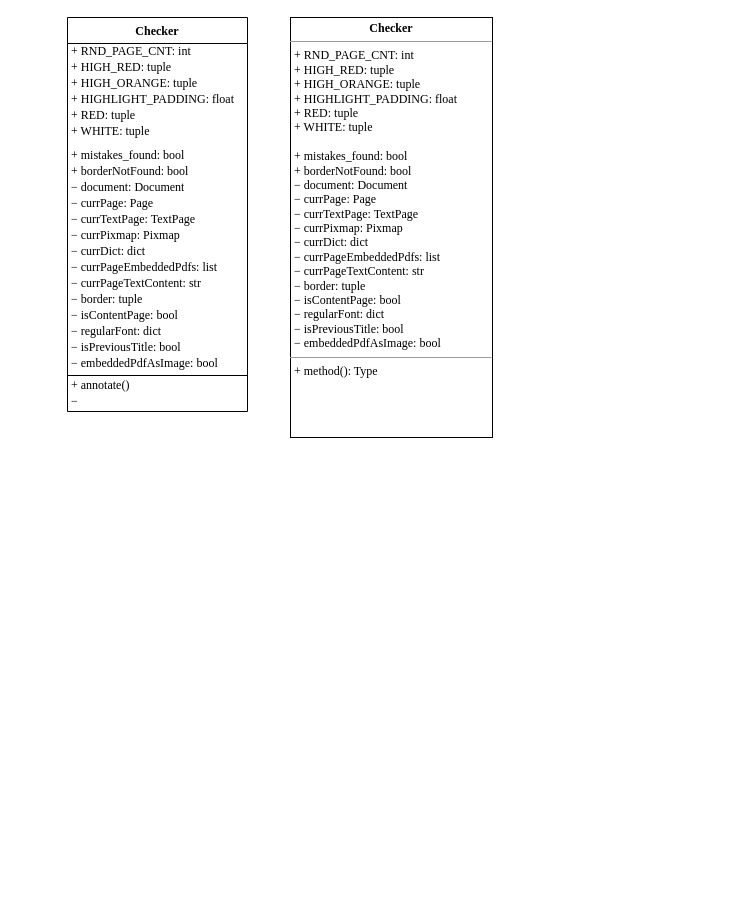
Above: theses/drawio/class_Checker.drawio in MichaelaMackova/Theses-Checker (draw.io), before the change. Source tidied: cells renumbered, new cells numbered last; positions are measured from the earlier drawing's top-left corner, leaving out a move shared by most shapes. Both pictures are drawn from the tidied source at 100%, with x=0, y=0 at pixel (67, 17).
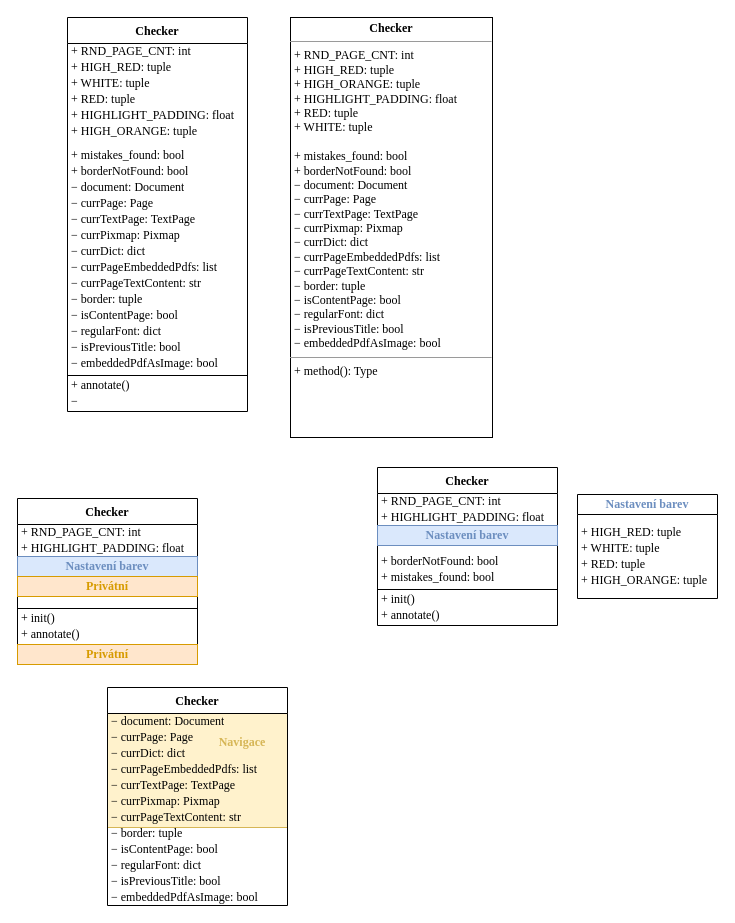
After the change.

The change refers to these unchanged cells:
```xml
<mxCell id="3" value="Checker" style="swimlane;fontStyle=1;align=center;verticalAlign=top;horizontal=1;startSize=26;whiteSpace=wrap;html=1;fontFamily=Times New Roman;" parent="1" vertex="1">
  <mxGeometry width="180" height="394" as="geometry" />
</mxCell>
```

Diff of the diagram source:
```diff
@@
+    <mxCell id="28" style="rounded=0;whiteSpace=wrap;html=1;fillColor=#fff2cc;strokeColor=#D6B656;" parent="1" vertex="1">
+      <mxGeometry x="40" y="696" width="180" height="114" as="geometry" />
+    </mxCell>
@@
+    <mxCell id="9" value="+ WHITE: tuple" style="text;strokeColor=none;fillColor=none;align=left;verticalAlign=middle;spacingLeft=4;spacingRight=4;overflow=hidden;html=1;fontFamily=Times New Roman;spacing=0;" parent="3" vertex="1">
+      <mxGeometry y="58" width="180" height="16" as="geometry" />
+    </mxCell>
+    <mxCell id="8" value="+ RED: tuple" style="text;strokeColor=none;fillColor=none;align=left;verticalAlign=middle;spacingLeft=4;spacingRight=4;overflow=hidden;html=1;fontFamily=Times New Roman;spacing=0;" parent="3" vertex="1">
+      <mxGeometry y="74" width="180" height="16" as="geometry" />
+    </mxCell>
+    <mxCell id="7" value="+ HIGHLIGHT_PADDING: float" style="text;strokeColor=none;fillColor=none;align=left;verticalAlign=middle;spacingLeft=4;spacingRight=4;overflow=hidden;html=1;fontFamily=Times New Roman;spacing=0;" parent="3" vertex="1">
+      <mxGeometry y="90" width="180" height="16" as="geometry" />
+    </mxCell>
     <mxCell id="6" value="+ HIGH_ORANGE: tuple" style="text;strokeColor=none;fillColor=none;align=left;verticalAlign=middle;spacingLeft=4;spacingRight=4;overflow=hidden;html=1;fontFamily=Times New Roman;spacing=0;" parent="3" vertex="1">
-      <mxGeometry y="58" width="180" height="16" as="geometry" />
+      <mxGeometry y="106" width="180" height="16" as="geometry" />
     </mxCell>
-    <mxCell id="7" value="+ HIGHLIGHT_PADDING: float" style="text;strokeColor=none;fillColor=none;align=left;verticalAlign=middle;spacingLeft=4;spacingRight=4;overflow=hidden;html=1;fontFamily=Times New Roman;spacing=0;" parent="3" vertex="1">
-      <mxGeometry y="74" width="180" height="16" as="geometry" />
-    </mxCell>
-    <mxCell id="8" value="+ RED: tuple" style="text;strokeColor=none;fillColor=none;align=left;verticalAlign=middle;spacingLeft=4;spacingRight=4;overflow=hidden;html=1;fontFamily=Times New Roman;spacing=0;" parent="3" vertex="1">
-      <mxGeometry y="90" width="180" height="16" as="geometry" />
-    </mxCell>
-    <mxCell id="9" value="+ WHITE: tuple" style="text;strokeColor=none;fillColor=none;align=left;verticalAlign=middle;spacingLeft=4;spacingRight=4;overflow=hidden;html=1;fontFamily=Times New Roman;spacing=0;" parent="3" vertex="1">
-      <mxGeometry y="106" width="180" height="16" as="geometry" />
-    </mxCell>
@@
+    <mxCell id="29" value="Nastavení barev" style="swimlane;whiteSpace=wrap;html=1;startSize=20;fontFamily=Times New Roman;fontColor=#6C8EBF;" parent="1" vertex="1">
+      <mxGeometry x="510" y="477" width="140" height="104" as="geometry" />
+    </mxCell>
+    <mxCell id="30" value="+ WHITE: tuple" style="text;strokeColor=none;fillColor=none;align=left;verticalAlign=middle;spacingLeft=4;spacingRight=4;overflow=hidden;html=1;fontFamily=Times New Roman;spacing=0;" parent="29" vertex="1">
+      <mxGeometry y="46" width="140" height="16" as="geometry" />
+    </mxCell>
+    <mxCell id="31" value="+ RED: tuple" style="text;strokeColor=none;fillColor=none;align=left;verticalAlign=middle;spacingLeft=4;spacingRight=4;overflow=hidden;html=1;fontFamily=Times New Roman;spacing=0;" parent="29" vertex="1">
+      <mxGeometry y="62" width="140" height="16" as="geometry" />
+    </mxCell>
+    <mxCell id="32" value="+ HIGH_ORANGE: tuple" style="text;strokeColor=none;fillColor=none;align=left;verticalAlign=middle;spacingLeft=4;spacingRight=4;overflow=hidden;html=1;fontFamily=Times New Roman;spacing=0;" parent="29" vertex="1">
+      <mxGeometry y="78" width="140" height="16" as="geometry" />
+    </mxCell>
+    <mxCell id="33" value="+ HIGH_RED: tuple" style="text;strokeColor=none;fillColor=none;align=left;verticalAlign=middle;spacingLeft=4;spacingRight=4;overflow=hidden;html=1;fontFamily=Times New Roman;spacing=0;" parent="29" vertex="1">
+      <mxGeometry y="30" width="140" height="16" as="geometry" />
+    </mxCell>
+    <mxCell id="34" value="Checker" style="swimlane;fontStyle=1;align=center;verticalAlign=top;horizontal=1;startSize=26;whiteSpace=wrap;html=1;fontFamily=Times New Roman;" parent="1" vertex="1">
+      <mxGeometry x="-50" y="481" width="180" height="166" as="geometry" />
+    </mxCell>
+    <mxCell id="35" value="+ RND_PAGE_CNT: int" style="text;strokeColor=none;fillColor=none;align=left;verticalAlign=middle;spacingLeft=4;spacingRight=4;overflow=hidden;html=1;fontFamily=Times New Roman;spacing=0;" parent="34" vertex="1">
+      <mxGeometry y="26" width="180" height="16" as="geometry" />
+    </mxCell>
+    <mxCell id="36" value="+ HIGHLIGHT_PADDING: float" style="text;strokeColor=none;fillColor=none;align=left;verticalAlign=middle;spacingLeft=4;spacingRight=4;overflow=hidden;html=1;fontFamily=Times New Roman;spacing=0;" parent="34" vertex="1">
+      <mxGeometry y="42" width="180" height="16" as="geometry" />
+    </mxCell>
+    <mxCell id="37" value="Nastavení barev" style="rounded=0;whiteSpace=wrap;html=1;fillColor=#dae8fc;strokeColor=#6c8ebf;fontColor=#6C8EBF;fontStyle=1;fontFamily=Times New Roman;" parent="34" vertex="1">
+      <mxGeometry y="58" width="180" height="20" as="geometry" />
+    </mxCell>
+    <mxCell id="38" value="&lt;font&gt;Privátní&lt;/font&gt;" style="rounded=0;whiteSpace=wrap;html=1;fillColor=#ffe6cc;strokeColor=#d79b00;fontStyle=1;fontFamily=Times New Roman;fontColor=#D79B00;" parent="34" vertex="1">
+      <mxGeometry y="78" width="180" height="20" as="geometry" />
+    </mxCell>
+    <mxCell id="39" style="text;strokeColor=none;fillColor=none;align=left;verticalAlign=middle;spacingLeft=4;spacingRight=4;overflow=hidden;html=1;fontFamily=Times New Roman;spacing=0;" parent="34" vertex="1">
+      <mxGeometry y="98" width="180" height="8" as="geometry" />
+    </mxCell>
+    <mxCell id="40" style="line;strokeWidth=1;fillColor=none;align=left;verticalAlign=middle;spacingTop=-1;spacingLeft=3;spacingRight=3;labelPosition=right;strokeColor=inherit;fontFamily=Times New Roman;html=1;" parent="34" vertex="1">
+      <mxGeometry y="106" width="180" height="8" as="geometry" />
+    </mxCell>
+    <mxCell id="41" value="+ init()" style="text;strokeColor=none;fillColor=none;align=left;verticalAlign=middle;spacingLeft=4;spacingRight=4;overflow=hidden;html=1;fontFamily=Times New Roman;horizontal=1;spacing=0;spacingTop=-4;" parent="34" vertex="1">
+      <mxGeometry y="114" width="180" height="16" as="geometry" />
+    </mxCell>
+    <mxCell id="42" value="+ annotate()" style="text;strokeColor=none;fillColor=none;align=left;verticalAlign=middle;spacingLeft=4;spacingRight=4;overflow=hidden;html=1;fontFamily=Times New Roman;horizontal=1;spacing=0;spacingTop=-4;" parent="34" vertex="1">
+      <mxGeometry y="130" width="180" height="16" as="geometry" />
+    </mxCell>
+    <mxCell id="43" value="&lt;font&gt;Privátní&lt;/font&gt;" style="rounded=0;whiteSpace=wrap;html=1;fillColor=#ffe6cc;strokeColor=#d79b00;fontStyle=1;fontFamily=Times New Roman;fontColor=#D79B00;" parent="34" vertex="1">
+      <mxGeometry y="146" width="180" height="20" as="geometry" />
+    </mxCell>
+    <mxCell id="44" value="Checker" style="swimlane;fontStyle=1;align=center;verticalAlign=top;horizontal=1;startSize=26;whiteSpace=wrap;html=1;fontFamily=Times New Roman;" parent="1" vertex="1">
+      <mxGeometry x="310" y="450" width="180" height="158" as="geometry" />
+    </mxCell>
+    <mxCell id="45" value="+ RND_PAGE_CNT: int" style="text;strokeColor=none;fillColor=none;align=left;verticalAlign=middle;spacingLeft=4;spacingRight=4;overflow=hidden;html=1;fontFamily=Times New Roman;spacing=0;" parent="44" vertex="1">
+      <mxGeometry y="26" width="180" height="16" as="geometry" />
+    </mxCell>
+    <mxCell id="46" value="+ HIGHLIGHT_PADDING: float" style="text;strokeColor=none;fillColor=none;align=left;verticalAlign=middle;spacingLeft=4;spacingRight=4;overflow=hidden;html=1;fontFamily=Times New Roman;spacing=0;" parent="44" vertex="1">
+      <mxGeometry y="42" width="180" height="16" as="geometry" />
+    </mxCell>
+    <mxCell id="47" value="Nastavení barev" style="rounded=0;whiteSpace=wrap;html=1;fillColor=#dae8fc;strokeColor=#6c8ebf;fontColor=#6C8EBF;fontStyle=1;fontFamily=Times New Roman;" parent="44" vertex="1">
+      <mxGeometry y="58" width="180" height="20" as="geometry" />
+    </mxCell>
+    <mxCell id="48" style="text;strokeColor=none;fillColor=none;align=left;verticalAlign=middle;spacingLeft=4;spacingRight=4;overflow=hidden;html=1;fontFamily=Times New Roman;spacing=0;" parent="44" vertex="1">
+      <mxGeometry y="78" width="180" height="8" as="geometry" />
+    </mxCell>
+    <mxCell id="49" value="+ borderNotFound: bool" style="text;strokeColor=none;fillColor=none;align=left;verticalAlign=middle;spacingLeft=4;spacingRight=4;overflow=hidden;html=1;fontFamily=Times New Roman;spacing=0;" parent="44" vertex="1">
+      <mxGeometry y="86" width="180" height="16" as="geometry" />
+    </mxCell>
+    <mxCell id="50" value="+ mistakes_found: bool" style="text;strokeColor=none;fillColor=none;align=left;verticalAlign=middle;spacingLeft=4;spacingRight=4;overflow=hidden;html=1;fontFamily=Times New Roman;spacing=0;" parent="44" vertex="1">
+      <mxGeometry y="102" width="180" height="16" as="geometry" />
+    </mxCell>
+    <mxCell id="51" style="line;strokeWidth=1;fillColor=none;align=left;verticalAlign=middle;spacingTop=-1;spacingLeft=3;spacingRight=3;labelPosition=right;strokeColor=inherit;fontFamily=Times New Roman;html=1;" parent="44" vertex="1">
+      <mxGeometry y="118" width="180" height="8" as="geometry" />
+    </mxCell>
+    <mxCell id="52" value="+ init()" style="text;strokeColor=none;fillColor=none;align=left;verticalAlign=middle;spacingLeft=4;spacingRight=4;overflow=hidden;html=1;fontFamily=Times New Roman;horizontal=1;spacing=0;spacingTop=-4;" parent="44" vertex="1">
+      <mxGeometry y="126" width="180" height="16" as="geometry" />
+    </mxCell>
+    <mxCell id="53" value="+ annotate()" style="text;strokeColor=none;fillColor=none;align=left;verticalAlign=middle;spacingLeft=4;spacingRight=4;overflow=hidden;html=1;fontFamily=Times New Roman;horizontal=1;spacing=0;spacingTop=-4;" parent="44" vertex="1">
+      <mxGeometry y="142" width="180" height="16" as="geometry" />
+    </mxCell>
+    <mxCell id="54" value="Checker" style="swimlane;fontStyle=1;align=center;verticalAlign=top;horizontal=1;startSize=26;whiteSpace=wrap;html=1;fontFamily=Times New Roman;" parent="1" vertex="1">
+      <mxGeometry x="40" y="670" width="180" height="218" as="geometry" />
+    </mxCell>
+    <mxCell id="55" value="−&amp;nbsp;document: Document" style="text;strokeColor=none;fillColor=none;align=left;verticalAlign=middle;spacingLeft=4;spacingRight=4;overflow=hidden;html=1;fontFamily=Times New Roman;spacing=0;" parent="54" vertex="1">
+      <mxGeometry y="26" width="180" height="16" as="geometry" />
+    </mxCell>
+    <mxCell id="56" value="−&amp;nbsp;currPage: Page" style="text;strokeColor=none;fillColor=none;align=left;verticalAlign=middle;spacingLeft=4;spacingRight=4;overflow=hidden;html=1;fontFamily=Times New Roman;spacing=0;" parent="54" vertex="1">
+      <mxGeometry y="42" width="180" height="16" as="geometry" />
+    </mxCell>
+    <mxCell id="57" value="− currDict: dict" style="text;strokeColor=none;fillColor=none;align=left;verticalAlign=middle;spacingLeft=4;spacingRight=4;overflow=hidden;html=1;fontFamily=Times New Roman;spacing=0;" parent="54" vertex="1">
+      <mxGeometry y="58" width="180" height="16" as="geometry" />
+    </mxCell>
+    <mxCell id="58" value="− currPageEmbeddedPdfs: list" style="text;strokeColor=none;fillColor=none;align=left;verticalAlign=middle;spacingLeft=4;spacingRight=4;overflow=hidden;html=1;fontFamily=Times New Roman;spacing=0;" parent="54" vertex="1">
+      <mxGeometry y="74" width="180" height="16" as="geometry" />
+    </mxCell>
+    <mxCell id="59" value="−&amp;nbsp;currTextPage: TextPage" style="text;strokeColor=none;fillColor=none;align=left;verticalAlign=middle;spacingLeft=4;spacingRight=4;overflow=hidden;html=1;fontFamily=Times New Roman;spacing=0;" parent="54" vertex="1">
+      <mxGeometry y="90" width="180" height="16" as="geometry" />
+    </mxCell>
+    <mxCell id="60" value="− currPixmap: Pixmap" style="text;strokeColor=none;fillColor=none;align=left;verticalAlign=middle;spacingLeft=4;spacingRight=4;overflow=hidden;html=1;fontFamily=Times New Roman;spacing=0;" parent="54" vertex="1">
+      <mxGeometry y="106" width="180" height="16" as="geometry" />
+    </mxCell>
+    <mxCell id="61" value="− currPageTextContent: str" style="text;strokeColor=none;fillColor=none;align=left;verticalAlign=middle;spacingLeft=4;spacingRight=4;overflow=hidden;html=1;fontFamily=Times New Roman;spacing=0;" parent="54" vertex="1">
+      <mxGeometry y="122" width="180" height="16" as="geometry" />
+    </mxCell>
+    <mxCell id="62" value="− border: tuple" style="text;strokeColor=none;fillColor=none;align=left;verticalAlign=middle;spacingLeft=4;spacingRight=4;overflow=hidden;html=1;fontFamily=Times New Roman;spacing=0;" parent="54" vertex="1">
+      <mxGeometry y="138" width="180" height="16" as="geometry" />
+    </mxCell>
+    <mxCell id="63" value="− isContentPage: bool" style="text;strokeColor=none;fillColor=none;align=left;verticalAlign=middle;spacingLeft=4;spacingRight=4;overflow=hidden;fontFamily=Times New Roman;spacing=0;html=1;" parent="54" vertex="1">
+      <mxGeometry y="154" width="180" height="16" as="geometry" />
+    </mxCell>
+    <mxCell id="64" value="− regularFont: dict" style="text;strokeColor=none;fillColor=none;align=left;verticalAlign=middle;spacingLeft=4;spacingRight=4;overflow=hidden;html=1;fontFamily=Times New Roman;spacing=0;" parent="54" vertex="1">
+      <mxGeometry y="170" width="180" height="16" as="geometry" />
+    </mxCell>
+    <mxCell id="65" value="− isPreviousTitle: bool" style="text;strokeColor=none;fillColor=none;align=left;verticalAlign=middle;spacingLeft=4;spacingRight=4;overflow=hidden;html=1;fontFamily=Times New Roman;spacing=0;" parent="54" vertex="1">
+      <mxGeometry y="186" width="180" height="16" as="geometry" />
+    </mxCell>
+    <mxCell id="66" value="− embeddedPdfAsImage: bool" style="text;strokeColor=none;fillColor=none;align=left;verticalAlign=middle;spacingLeft=4;spacingRight=4;overflow=hidden;html=1;fontFamily=Times New Roman;spacing=0;" parent="54" vertex="1">
+      <mxGeometry y="202" width="180" height="16" as="geometry" />
+    </mxCell>
+    <mxCell id="67" value="Navigace" style="text;html=1;strokeColor=none;fillColor=none;align=center;verticalAlign=middle;whiteSpace=wrap;rounded=0;fontFamily=Times New Roman;fontColor=#D6B656;fontStyle=1;" parent="1" vertex="1">
+      <mxGeometry x="140" y="710" width="70" height="30" as="geometry" />
+    </mxCell>
```
